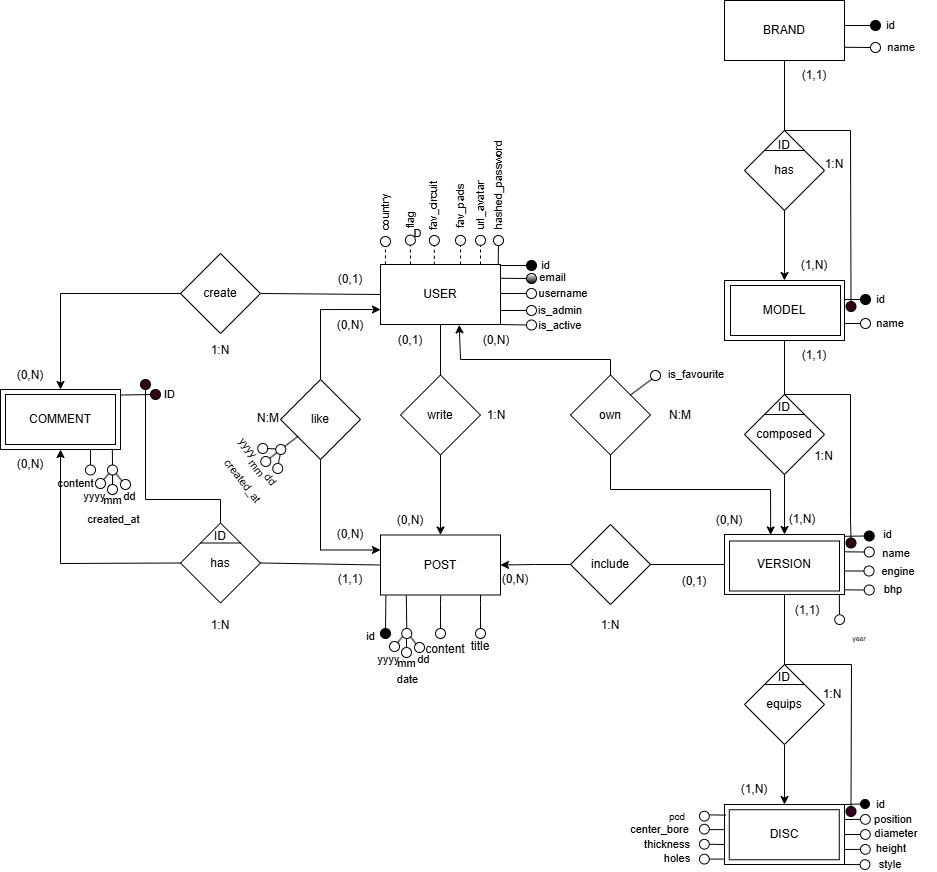
This is docs/database/Modelo_entidad-relación_NeedToBreak.png from DavidMoureCerqueira/NeedToBrakeApp, a draw.io export, as it was before one commit. Source tidied: cells renumbered, new cells last; positions are measured from the earlier drawing's top-left corner, leaving out a move shared by most shapes.
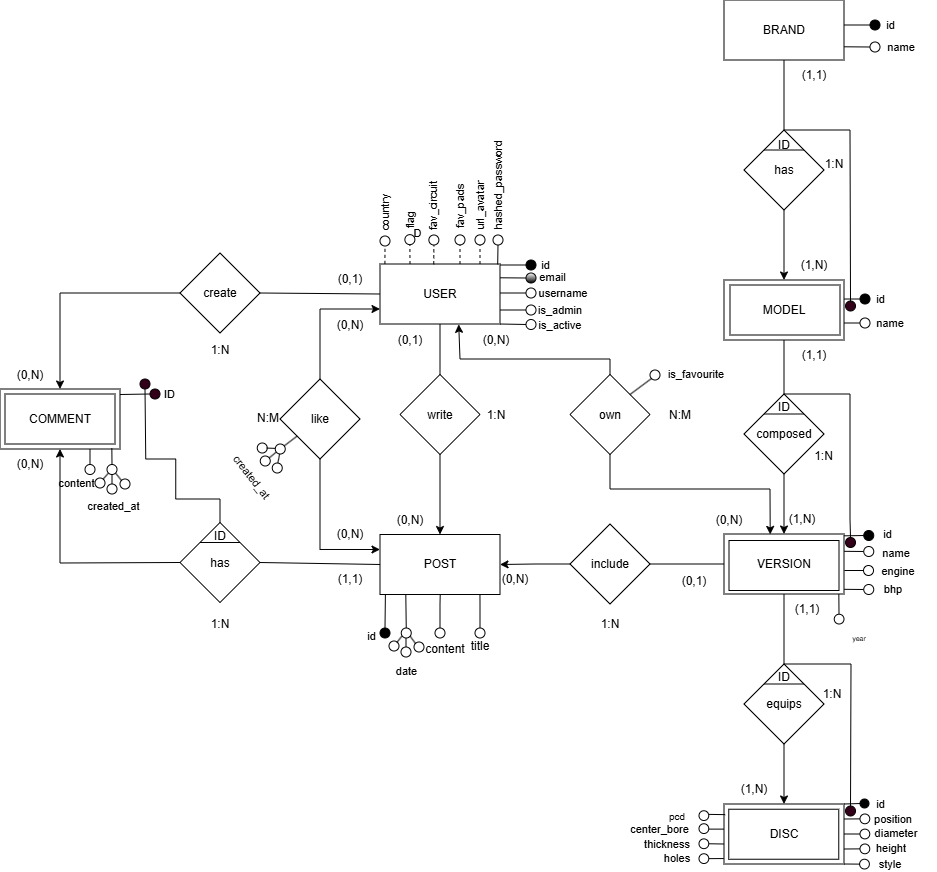
After the change.

Commit message:
doc: actualizar modelo entidad relacion

The edit, as a diff of the source:
```diff
@@ -394,7 +394,7 @@
       <mxGeometry x="361.5" y="624" width="18.5" height="24" as="geometry" />
     </mxCell>
     <mxCell id="119" value="date" style="text;html=1;whiteSpace=wrap;strokeColor=none;fillColor=none;align=center;verticalAlign=middle;rounded=0;rotation=0;fontSize=11;" parent="1" vertex="1">
-      <mxGeometry x="397.5" y="671" width="18.5" height="15.5" as="geometry" />
+      <mxGeometry x="397" y="663.5" width="18.5" height="15.5" as="geometry" />
     </mxCell>
     <mxCell id="120" style="endArrow=none;html=1;rounded=0;exitX=0.335;exitY=1.01;exitDx=0;exitDy=0;entryX=0.5;entryY=0;entryDx=0;entryDy=0;fontSize=9;exitPerimeter=0;" parent="1" edge="1" target="121">
       <mxGeometry relative="1" as="geometry">
@@ -561,11 +561,15 @@
     <mxCell id="165" style="rounded=0;whiteSpace=wrap;html=1;fillColor=none;" parent="1" vertex="1">
       <mxGeometry x="5" y="394" width="110" height="50" as="geometry" />
     </mxCell>
-    <mxCell id="166" style="endArrow=none;html=1;rounded=0;exitX=0.5;exitY=0;exitDx=0;exitDy=0;entryX=0.5;entryY=1;entryDx=0;entryDy=0;" parent="1" edge="1" source="130" target="167">
+    <mxCell id="166" style="endArrow=none;html=1;rounded=0;exitX=0.5;exitY=0;exitDx=0;exitDy=0;entryX=0.5;entryY=1;entryDx=0;entryDy=0;" parent="1" edge="1">
       <mxGeometry relative="1" as="geometry">
+        <mxPoint x="220" y="522.5" as="sourcePoint" />
+        <mxPoint x="145" y="389" as="targetPoint" />
         <Array as="points">
           <mxPoint x="220" y="499" />
-          <mxPoint x="145" y="499" />
+          <mxPoint x="175.8" y="499" />
+          <mxPoint x="175.8" y="459" />
+          <mxPoint x="145.8" y="459" />
         </Array>
       </mxGeometry>
     </mxCell>
@@ -578,9 +582,6 @@
     <mxCell id="169" style="ellipse;whiteSpace=wrap;html=1;fillColor=light-dark(#FFFFFF,#333333);gradientColor=none;fontSize=9;" parent="1" vertex="1">
       <mxGeometry x="107" y="464.5" width="10" height="10" as="geometry" />
     </mxCell>
-    <mxCell id="170" value="mm" style="text;html=1;whiteSpace=wrap;strokeColor=none;fillColor=none;align=center;verticalAlign=middle;rounded=0;rotation=0;fontSize=11;" parent="1" vertex="1">
-      <mxGeometry x="102.8" y="488" width="18.5" height="24" as="geometry" />
-    </mxCell>
     <mxCell id="171" style="endArrow=none;html=1;rounded=0;exitX=0.5;exitY=0;exitDx=0;exitDy=0;entryX=0.5;entryY=0;entryDx=0;entryDy=0;" parent="1" edge="1" source="11" target="108">
       <mxGeometry relative="1" as="geometry">
         <Array as="points">
@@ -669,24 +670,9 @@
     <mxCell id="196" style="ellipse;whiteSpace=wrap;html=1;fillColor=light-dark(#FFFFFF,#333333);gradientColor=none;fontSize=9;" parent="1" vertex="1">
       <mxGeometry x="95" y="478" width="10" height="10" as="geometry" />
     </mxCell>
-    <mxCell id="197" value="yyyy" style="text;html=1;whiteSpace=wrap;strokeColor=none;fillColor=none;align=center;verticalAlign=middle;rounded=0;rotation=0;fontSize=11;" parent="1" vertex="1">
-      <mxGeometry x="85" y="484" width="18.5" height="24" as="geometry" />
-    </mxCell>
     <mxCell id="198" value="created_at" style="text;html=1;whiteSpace=wrap;strokeColor=none;fillColor=none;align=center;verticalAlign=middle;rounded=0;rotation=0;fontSize=11;" parent="1" vertex="1">
-      <mxGeometry x="95" y="506.5" width="37.2" height="24" as="geometry" />
+      <mxGeometry x="95" y="494" width="37.2" height="24" as="geometry" />
     </mxCell>
-    <mxCell id="199" value="dd" style="text;html=1;whiteSpace=wrap;strokeColor=none;fillColor=none;align=center;verticalAlign=middle;rounded=0;rotation=0;fontSize=11;" parent="1" vertex="1">
-      <mxGeometry x="120" y="484" width="18.5" height="24" as="geometry" />
-    </mxCell>
-    <mxCell id="200" value="yyyy" style="text;html=1;whiteSpace=wrap;strokeColor=none;fillColor=none;align=center;verticalAlign=middle;rounded=0;rotation=0;fontSize=11;" parent="1" vertex="1">
-      <mxGeometry x="379" y="647" width="18.5" height="24" as="geometry" />
-    </mxCell>
-    <mxCell id="201" value="mm" style="text;html=1;whiteSpace=wrap;strokeColor=none;fillColor=none;align=center;verticalAlign=middle;rounded=0;rotation=0;fontSize=11;" parent="1" vertex="1">
-      <mxGeometry x="396.8" y="651" width="18.5" height="24" as="geometry" />
-    </mxCell>
-    <mxCell id="202" value="dd" style="text;html=1;whiteSpace=wrap;strokeColor=none;fillColor=none;align=center;verticalAlign=middle;rounded=0;rotation=0;fontSize=11;" parent="1" vertex="1">
-      <mxGeometry x="414" y="647" width="18.5" height="24" as="geometry" />
-    </mxCell>
     <mxCell id="203" style="ellipse;whiteSpace=wrap;html=1;fillColor=light-dark(#FFFFFF,#333333);gradientColor=none;fontSize=9;" parent="1" vertex="1">
       <mxGeometry x="414" y="642" width="10" height="10" as="geometry" />
     </mxCell>
@@ -727,17 +713,8 @@
       </mxGeometry>
     </mxCell>
     <mxCell id="213" value="created_at" style="text;html=1;whiteSpace=wrap;strokeColor=none;fillColor=none;align=center;verticalAlign=middle;rounded=0;rotation=-308;fontSize=11;direction=east;" parent="1" vertex="1">
-      <mxGeometry x="224.2" y="469" width="37.2" height="24" as="geometry" />
+      <mxGeometry x="233" y="465" width="37.2" height="24" as="geometry" />
     </mxCell>
-    <mxCell id="214" value="yyyy" style="text;html=1;whiteSpace=wrap;strokeColor=none;fillColor=none;align=center;verticalAlign=middle;rounded=0;rotation=-308;fontSize=11;direction=east;" parent="1" vertex="1">
-      <mxGeometry x="238.8" y="435" width="18.5" height="24" as="geometry" />
-    </mxCell>
-    <mxCell id="215" value="mm" style="text;html=1;whiteSpace=wrap;strokeColor=none;fillColor=none;align=center;verticalAlign=middle;rounded=0;rotation=-308;fontSize=11;direction=east;" parent="1" vertex="1">
-      <mxGeometry x="247.2" y="456" width="18.5" height="24" as="geometry" />
-    </mxCell>
-    <mxCell id="216" value="dd" style="text;html=1;whiteSpace=wrap;strokeColor=none;fillColor=none;align=center;verticalAlign=middle;rounded=0;rotation=-308;fontSize=11;direction=east;" parent="1" vertex="1">
-      <mxGeometry x="261.2" y="467" width="18.5" height="24" as="geometry" />
-    </mxCell>
     <mxCell id="217" style="ellipse;whiteSpace=wrap;html=1;fillColor=light-dark(#FFFFFF,#333333);gradientColor=none;fontSize=9;direction=east;rotation=-308;" parent="1" vertex="1">
       <mxGeometry x="272.2" y="463" width="10" height="10" as="geometry" />
     </mxCell>
```
